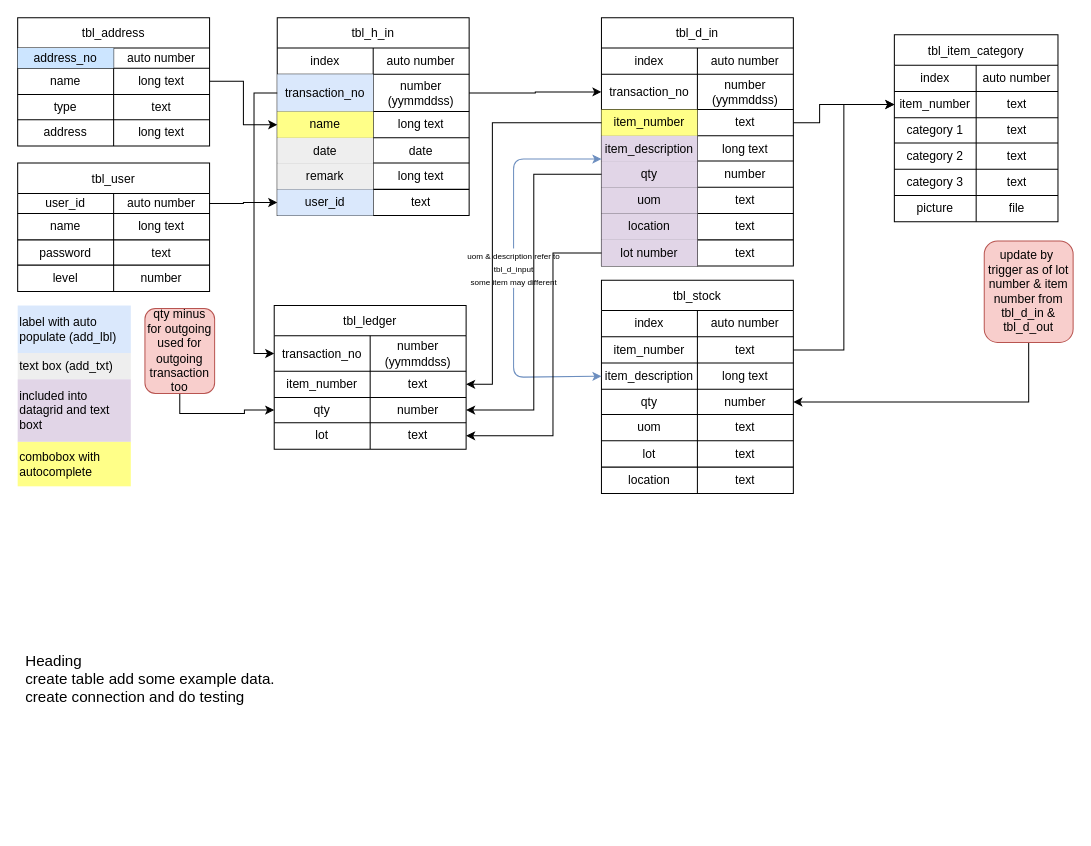
Earlier version of the draw.io diagram Warehouse.drawio (enopandio/diagram). Source tidied: cells renumbered, new cells numbered last; positions are measured from the earlier drawing's top-left corner, leaving out a move shared by most shapes. Both pictures are drawn from the tidied source at 101%, with x=0, y=0 at pixel (17, 17).
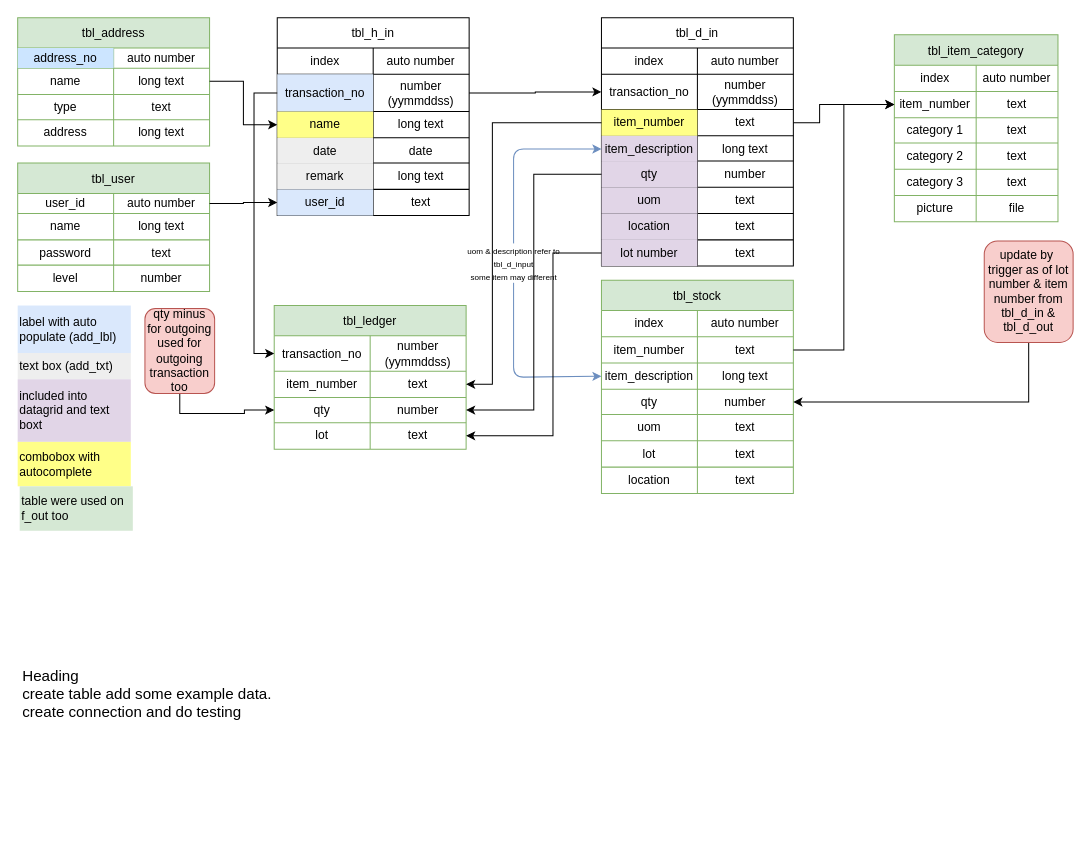
After the change.

The change refers to these unchanged cells:
```xml
<mxCell id="45" style="shape=tableRow;horizontal=0;startSize=0;swimlaneHead=0;swimlaneBody=0;top=0;left=0;bottom=0;right=0;fillColor=none;points=[[0,0.5],[1,0.5]];portConstraint=eastwest;" parent="35" vertex="1">
  <mxGeometry y="117" width="190" height="25" as="geometry" />
</mxCell>
<mxCell id="88" style="shape=tableRow;horizontal=0;startSize=0;swimlaneHead=0;swimlaneBody=0;top=0;left=0;bottom=0;right=0;fillColor=none;points=[[0,0.5],[1,0.5]];portConstraint=eastwest;" parent="81" vertex="1">
  <mxGeometry y="82" width="190" height="26" as="geometry" />
</mxCell>
```

What changed in the source:
```diff
@@
-    <mxCell id="21" value="tbl_address" style="shape=table;startSize=30;childLayout=tableLayout;" parent="1" vertex="1">
+    <mxCell id="21" value="tbl_address" style="shape=table;startSize=30;childLayout=tableLayout;fillColor=#d5e8d4;strokeColor=#82b366;" parent="1" vertex="1">
       <mxGeometry width="190" height="127" as="geometry" />
     </mxCell>
@@
-    <mxCell id="61" value="tbl_item_category" style="shape=table;startSize=30;childLayout=tableLayout;" parent="1" vertex="1">
+    <mxCell id="61" value="tbl_item_category" style="shape=table;startSize=30;childLayout=tableLayout;fillColor=#d5e8d4;strokeColor=#82b366;" parent="1" vertex="1">
       <mxGeometry x="868" y="17" width="162" height="185" as="geometry" />
     </mxCell>
@@
-    <mxCell id="81" value="tbl_stock" style="shape=table;startSize=30;childLayout=tableLayout;" parent="1" vertex="1">
+    <mxCell id="81" value="tbl_stock" style="shape=table;startSize=30;childLayout=tableLayout;fillColor=#d5e8d4;strokeColor=#82b366;" parent="1" vertex="1">
       <mxGeometry x="578" y="260" width="190" height="211" as="geometry" />
     </mxCell>
@@
-    <mxCell id="104" value="&lt;font style=&quot;font-size: 8px&quot;&gt;uom &amp;amp; description refer to&lt;br&gt;tbl_d_input&lt;br&gt;some item may different&lt;/font&gt;" style="endArrow=classic;startArrow=classic;html=1;fontFamily=Helvetica;fontSize=11;fontColor=rgb(0, 0, 0);align=center;strokeColor=#6c8ebf;edgeStyle=orthogonalEdgeStyle;entryX=0;entryY=0.5;entryDx=0;entryDy=0;fillColor=#dae8fc;" parent="1" edge="1" source="45" target="88">
+    <mxCell id="104" value="&lt;font style=&quot;font-size: 8px&quot;&gt;uom &amp;amp; description refer to&lt;br&gt;tbl_d_input&lt;br&gt;some item may different&lt;/font&gt;" style="endArrow=classic;startArrow=classic;html=1;fontFamily=Helvetica;fontSize=11;fontColor=rgb(0, 0, 0);align=center;strokeColor=#6c8ebf;edgeStyle=orthogonalEdgeStyle;entryX=0;entryY=0.5;entryDx=0;entryDy=0;fillColor=#dae8fc;" parent="1" edge="1" target="88">
       <mxGeometry relative="1" as="geometry">
+        <mxPoint x="578" y="130" as="sourcePoint" />
         <Array as="points">
-          <mxPoint x="491" y="140" />
+          <mxPoint x="491" y="130" />
           <mxPoint x="491" y="356" />
+          <mxPoint x="578" y="356" />
         </Array>
       </mxGeometry>
     </mxCell>
@@
-    <mxCell id="107" value="tbl_user" style="shape=table;startSize=30;childLayout=tableLayout;" parent="1" vertex="1">
+    <mxCell id="107" value="tbl_user" style="shape=table;startSize=30;childLayout=tableLayout;fillColor=#d5e8d4;strokeColor=#82b366;" parent="1" vertex="1">
       <mxGeometry y="144" width="190" height="127" as="geometry" />
     </mxCell>
@@
     <mxCell id="125" value="Heading&#10;create table add some example data.&#10;create connection and do testing" style="text;strokeColor=none;fillColor=none;spacing=5;spacingTop=-6;whiteSpace=wrap;overflow=hidden;rounded=0;fontSize=15;verticalAlign=top;" parent="1" vertex="1">
-      <mxGeometry x="3" y="624" width="540" height="179" as="geometry" />
+      <mxGeometry y="639" width="318" height="99" as="geometry" />
     </mxCell>
-    <mxCell id="126" value="tbl_ledger" style="shape=table;startSize=30;childLayout=tableLayout;" parent="1" vertex="1">
+    <mxCell id="126" value="tbl_ledger" style="shape=table;startSize=30;childLayout=tableLayout;fillColor=#d5e8d4;strokeColor=#82b366;" parent="1" vertex="1">
       <mxGeometry x="254" y="285" width="190" height="142.2" as="geometry" />
     </mxCell>
@@
+    <mxCell id="145" value="table were used on&amp;nbsp; f_out too" style="shape=partialRectangle;html=1;whiteSpace=wrap;overflow=hidden;fillColor=#d5e8d4;top=0;left=0;bottom=0;right=0;strokeColor=#82b366;align=left;" parent="1" vertex="1">
+      <mxGeometry x="2" y="464" width="112" height="44" as="geometry" />
+    </mxCell>
```
